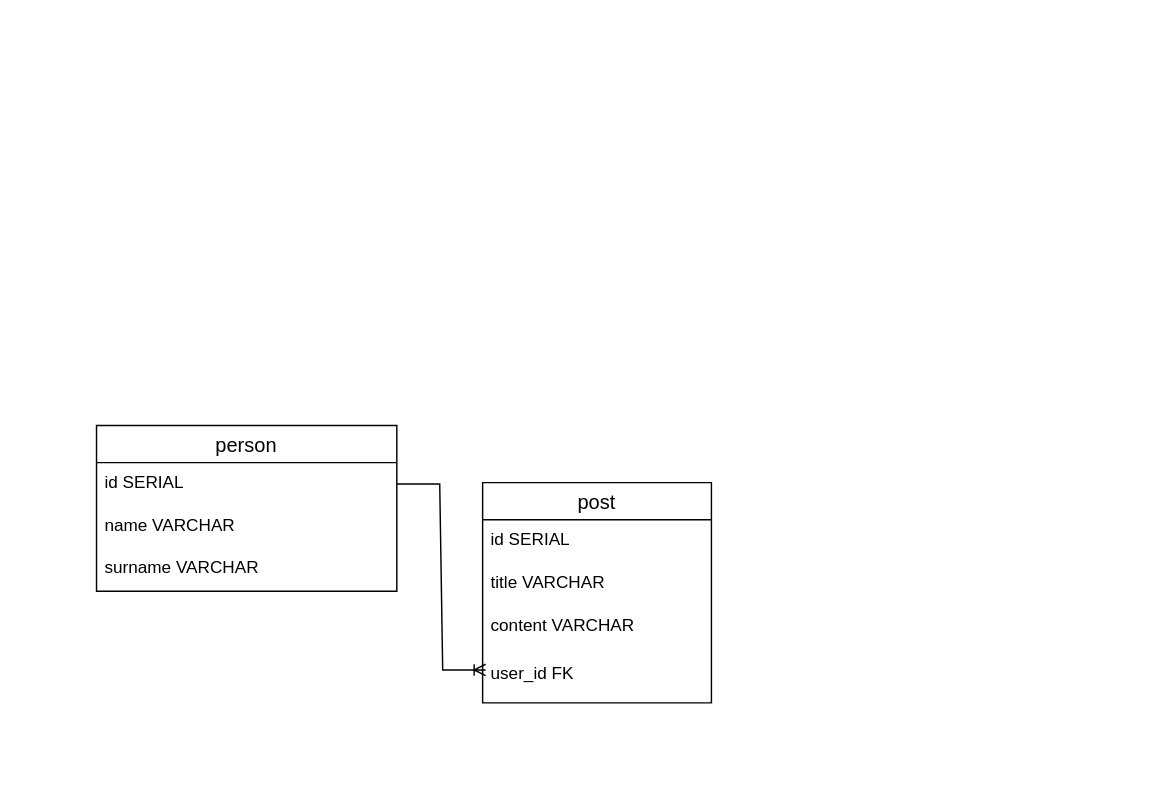
This is db_diagramm.drawio from w31loa/express_psql, a draw.io file, before an edit. Source tidied: cells renumbered, new cells numbered last; positions are measured from the earlier drawing's top-left corner, leaving out a move shared by most shapes. Both pictures are drawn from the tidied source at 143%, with x=0, y=0 at pixel (96, 425).
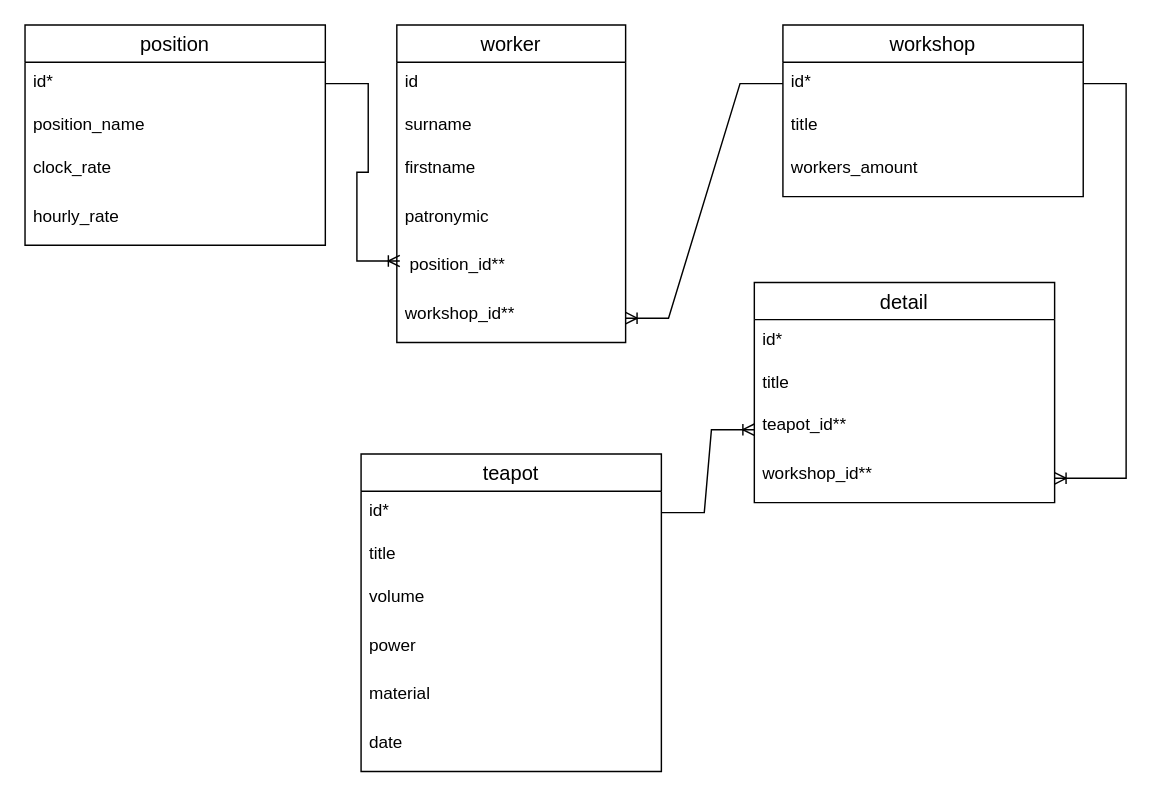
The same diagram, later.

Diff of the diagram source:
```diff
@@
-    <mxCell id="2" value="post" style="swimlane;fontStyle=0;horizontal=1;startSize=26;align=center;fontSize=14;" parent="1" vertex="1">
-      <mxGeometry x="270" y="40" width="160" height="154" as="geometry" />
+    <mxCell id="2" value="worker" style="swimlane;fontStyle=0;horizontal=1;startSize=26;align=center;fontSize=14;" parent="1" vertex="1">
+      <mxGeometry x="210" y="-280" width="160" height="222" as="geometry" />
     </mxCell>
-    <mxCell id="3" value="id SERIAL" style="text;strokeColor=none;fillColor=none;spacingLeft=4;spacingRight=4;overflow=hidden;fontSize=12;whiteSpace=wrap;html=1;" parent="2" vertex="1">
+    <mxCell id="3" value="id" style="text;strokeColor=none;fillColor=none;spacingLeft=4;spacingRight=4;overflow=hidden;fontSize=12;whiteSpace=wrap;html=1;" parent="2" vertex="1">
       <mxGeometry y="26" width="160" height="30" as="geometry" />
     </mxCell>
-    <mxCell id="4" value="title VARCHAR" style="text;strokeColor=none;fillColor=none;spacingLeft=4;spacingRight=4;overflow=hidden;fontSize=12;whiteSpace=wrap;html=1;" parent="2" vertex="1">
+    <mxCell id="4" value="surname" style="text;strokeColor=none;fillColor=none;spacingLeft=4;spacingRight=4;overflow=hidden;fontSize=12;whiteSpace=wrap;html=1;" parent="2" vertex="1">
       <mxGeometry y="56" width="160" height="30" as="geometry" />
     </mxCell>
-    <mxCell id="5" value="content VARCHAR" style="text;strokeColor=none;fillColor=none;spacingLeft=4;spacingRight=4;overflow=hidden;fontSize=12;whiteSpace=wrap;html=1;" parent="2" vertex="1">
+    <mxCell id="5" value="firstname" style="text;strokeColor=none;fillColor=none;spacingLeft=4;spacingRight=4;overflow=hidden;fontSize=12;whiteSpace=wrap;html=1;" parent="2" vertex="1">
       <mxGeometry y="86" width="160" height="34" as="geometry" />
     </mxCell>
-    <mxCell id="6" value="user_id FK" style="text;strokeColor=none;fillColor=none;spacingLeft=4;spacingRight=4;overflow=hidden;points=[[0,0.5],[1,0.5]];portConstraint=eastwest;fontSize=12;whiteSpace=wrap;html=1;" parent="2" vertex="1">
+    <mxCell id="6" value="patronymic" style="text;strokeColor=none;fillColor=none;spacingLeft=4;spacingRight=4;overflow=hidden;points=[[0,0.5],[1,0.5]];portConstraint=eastwest;fontSize=12;whiteSpace=wrap;html=1;" parent="2" vertex="1">
       <mxGeometry y="120" width="160" height="34" as="geometry" />
     </mxCell>
+    <mxCell id="12" value="&amp;nbsp;position_id**" style="text;strokeColor=none;fillColor=none;spacingLeft=4;spacingRight=4;overflow=hidden;points=[[0,0.5],[1,0.5]];portConstraint=eastwest;fontSize=12;whiteSpace=wrap;html=1;" parent="2" vertex="1">
+      <mxGeometry y="154" width="160" height="34" as="geometry" />
+    </mxCell>
+    <mxCell id="13" value="workshop_id**" style="text;strokeColor=none;fillColor=none;spacingLeft=4;spacingRight=4;overflow=hidden;points=[[0,0.5],[1,0.5]];portConstraint=eastwest;fontSize=12;whiteSpace=wrap;html=1;" parent="2" vertex="1">
+      <mxGeometry y="188" width="160" height="34" as="geometry" />
+    </mxCell>
-    <mxCell id="7" value="person" style="swimlane;fontStyle=0;horizontal=1;startSize=26;align=center;fontSize=14;" parent="1" vertex="1">
-      <mxGeometry width="210" height="116" as="geometry" />
+    <mxCell id="7" value="position" style="swimlane;fontStyle=0;horizontal=1;startSize=26;align=center;fontSize=14;" parent="1" vertex="1">
+      <mxGeometry x="-50" y="-280" width="210" height="154" as="geometry" />
     </mxCell>
-    <mxCell id="8" value="id SERIAL" style="text;strokeColor=none;fillColor=none;spacingLeft=4;spacingRight=4;overflow=hidden;points=[[0,0.5],[1,0.5]];portConstraint=eastwest;fontSize=12;whiteSpace=wrap;html=1;" parent="7" vertex="1">
+    <mxCell id="8" value="id*" style="text;strokeColor=none;fillColor=none;spacingLeft=4;spacingRight=4;overflow=hidden;points=[[0,0.5],[1,0.5]];portConstraint=eastwest;fontSize=12;whiteSpace=wrap;html=1;" parent="7" vertex="1">
       <mxGeometry y="26" width="210" height="30" as="geometry" />
     </mxCell>
-    <mxCell id="9" value="name VARCHAR" style="text;strokeColor=none;fillColor=none;spacingLeft=4;spacingRight=4;overflow=hidden;fontSize=12;whiteSpace=wrap;html=1;" parent="7" vertex="1">
+    <mxCell id="9" value="position_name" style="text;strokeColor=none;fillColor=none;spacingLeft=4;spacingRight=4;overflow=hidden;fontSize=12;whiteSpace=wrap;html=1;" parent="7" vertex="1">
       <mxGeometry y="56" width="210" height="30" as="geometry" />
     </mxCell>
-    <mxCell id="10" value="surname VARCHAR" style="text;strokeColor=none;fillColor=none;spacingLeft=4;spacingRight=4;overflow=hidden;fontSize=12;whiteSpace=wrap;html=1;" parent="7" vertex="1">
-      <mxGeometry y="86" width="210" height="30" as="geometry" />
+    <mxCell id="10" value="clock_rate" style="text;strokeColor=none;fillColor=none;spacingLeft=4;spacingRight=4;overflow=hidden;fontSize=12;whiteSpace=wrap;html=1;" parent="7" vertex="1">
+      <mxGeometry y="86" width="210" height="34" as="geometry" />
     </mxCell>
+    <mxCell id="14" value="hourly_rate" style="text;strokeColor=none;fillColor=none;spacingLeft=4;spacingRight=4;overflow=hidden;fontSize=12;whiteSpace=wrap;html=1;" parent="7" vertex="1">
+      <mxGeometry y="120" width="210" height="34" as="geometry" />
+    </mxCell>
-    <mxCell id="11" style="edgeStyle=entityRelationEdgeStyle;fontSize=12;html=1;endArrow=ERoneToMany;rounded=0;entryX=0.013;entryY=0.324;entryDx=0;entryDy=0;entryPerimeter=0;" parent="1" edge="1" source="8" target="6">
+    <mxCell id="11" style="edgeStyle=entityRelationEdgeStyle;fontSize=12;html=1;endArrow=ERoneToMany;rounded=0;entryX=0.013;entryY=0.324;entryDx=0;entryDy=0;entryPerimeter=0;" parent="1" edge="1" source="8" target="12">
       <mxGeometry relative="1" as="geometry" />
     </mxCell>
+    <mxCell id="15" value="workshop" style="swimlane;fontStyle=0;horizontal=1;startSize=26;align=center;fontSize=14;" parent="1" vertex="1">
+      <mxGeometry x="480" y="-280" width="210" height="120" as="geometry" />
+    </mxCell>
+    <mxCell id="16" value="id*" style="text;strokeColor=none;fillColor=none;spacingLeft=4;spacingRight=4;overflow=hidden;points=[[0,0.5],[1,0.5]];portConstraint=eastwest;fontSize=12;whiteSpace=wrap;html=1;" parent="15" vertex="1">
+      <mxGeometry y="26" width="210" height="30" as="geometry" />
+    </mxCell>
+    <mxCell id="17" value="title" style="text;strokeColor=none;fillColor=none;spacingLeft=4;spacingRight=4;overflow=hidden;fontSize=12;whiteSpace=wrap;html=1;" parent="15" vertex="1">
+      <mxGeometry y="56" width="210" height="30" as="geometry" />
+    </mxCell>
+    <mxCell id="18" value="workers_amount" style="text;strokeColor=none;fillColor=none;spacingLeft=4;spacingRight=4;overflow=hidden;fontSize=12;whiteSpace=wrap;html=1;" parent="15" vertex="1">
+      <mxGeometry y="86" width="210" height="34" as="geometry" />
+    </mxCell>
+    <mxCell id="19" style="edgeStyle=entityRelationEdgeStyle;fontSize=12;html=1;endArrow=ERoneToMany;rounded=0;" parent="1" edge="1" source="16" target="13">
+      <mxGeometry relative="1" as="geometry" />
+    </mxCell>
+    <mxCell id="20" value="teapot" style="swimlane;fontStyle=0;horizontal=1;startSize=26;align=center;fontSize=14;" parent="1" vertex="1">
+      <mxGeometry x="185" y="20" width="210" height="222" as="geometry" />
+    </mxCell>
+    <mxCell id="21" value="id*" style="text;strokeColor=none;fillColor=none;spacingLeft=4;spacingRight=4;overflow=hidden;points=[[0,0.5],[1,0.5]];portConstraint=eastwest;fontSize=12;whiteSpace=wrap;html=1;" parent="20" vertex="1">
+      <mxGeometry y="26" width="210" height="30" as="geometry" />
+    </mxCell>
+    <mxCell id="22" value="title" style="text;strokeColor=none;fillColor=none;spacingLeft=4;spacingRight=4;overflow=hidden;fontSize=12;whiteSpace=wrap;html=1;" parent="20" vertex="1">
+      <mxGeometry y="56" width="210" height="30" as="geometry" />
+    </mxCell>
+    <mxCell id="23" value="volume" style="text;strokeColor=none;fillColor=none;spacingLeft=4;spacingRight=4;overflow=hidden;fontSize=12;whiteSpace=wrap;html=1;" parent="20" vertex="1">
+      <mxGeometry y="86" width="210" height="34" as="geometry" />
+    </mxCell>
+    <mxCell id="24" value="power" style="text;strokeColor=none;fillColor=none;spacingLeft=4;spacingRight=4;overflow=hidden;fontSize=12;whiteSpace=wrap;html=1;" parent="20" vertex="1">
+      <mxGeometry y="120" width="210" height="34" as="geometry" />
+    </mxCell>
+    <mxCell id="25" value="material" style="text;strokeColor=none;fillColor=none;spacingLeft=4;spacingRight=4;overflow=hidden;fontSize=12;whiteSpace=wrap;html=1;" parent="20" vertex="1">
+      <mxGeometry y="154" width="210" height="34" as="geometry" />
+    </mxCell>
+    <mxCell id="26" value="date" style="text;strokeColor=none;fillColor=none;spacingLeft=4;spacingRight=4;overflow=hidden;fontSize=12;whiteSpace=wrap;html=1;" parent="20" vertex="1">
+      <mxGeometry y="188" width="210" height="34" as="geometry" />
+    </mxCell>
+    <mxCell id="27" value="detail" style="swimlane;fontStyle=0;horizontal=1;startSize=26;align=center;fontSize=14;" parent="1" vertex="1">
+      <mxGeometry x="460" y="-100" width="210" height="154" as="geometry" />
+    </mxCell>
+    <mxCell id="28" value="id*" style="text;strokeColor=none;fillColor=none;spacingLeft=4;spacingRight=4;overflow=hidden;fontSize=12;whiteSpace=wrap;html=1;" parent="27" vertex="1">
+      <mxGeometry y="26" width="210" height="30" as="geometry" />
+    </mxCell>
+    <mxCell id="29" value="title" style="text;strokeColor=none;fillColor=none;spacingLeft=4;spacingRight=4;overflow=hidden;fontSize=12;whiteSpace=wrap;html=1;" parent="27" vertex="1">
+      <mxGeometry y="56" width="210" height="30" as="geometry" />
+    </mxCell>
+    <mxCell id="30" value="teapot_id**" style="text;strokeColor=none;fillColor=none;spacingLeft=4;spacingRight=4;overflow=hidden;points=[[0,0.5],[1,0.5]];portConstraint=eastwest;fontSize=12;whiteSpace=wrap;html=1;" parent="27" vertex="1">
+      <mxGeometry y="86" width="210" height="34" as="geometry" />
+    </mxCell>
+    <mxCell id="31" value="workshop_id**" style="text;strokeColor=none;fillColor=none;spacingLeft=4;spacingRight=4;overflow=hidden;points=[[0,0.5],[1,0.5]];portConstraint=eastwest;fontSize=12;whiteSpace=wrap;html=1;" parent="27" vertex="1">
+      <mxGeometry y="120" width="210" height="34" as="geometry" />
+    </mxCell>
+    <mxCell id="32" style="edgeStyle=entityRelationEdgeStyle;fontSize=12;html=1;endArrow=ERoneToMany;rounded=0;" parent="1" edge="1" source="16" target="31">
+      <mxGeometry relative="1" as="geometry" />
+    </mxCell>
+    <mxCell id="33" style="edgeStyle=entityRelationEdgeStyle;fontSize=12;html=1;endArrow=ERoneToMany;rounded=0;" parent="1" edge="1" source="21" target="30">
+      <mxGeometry relative="1" as="geometry" />
+    </mxCell>
```
